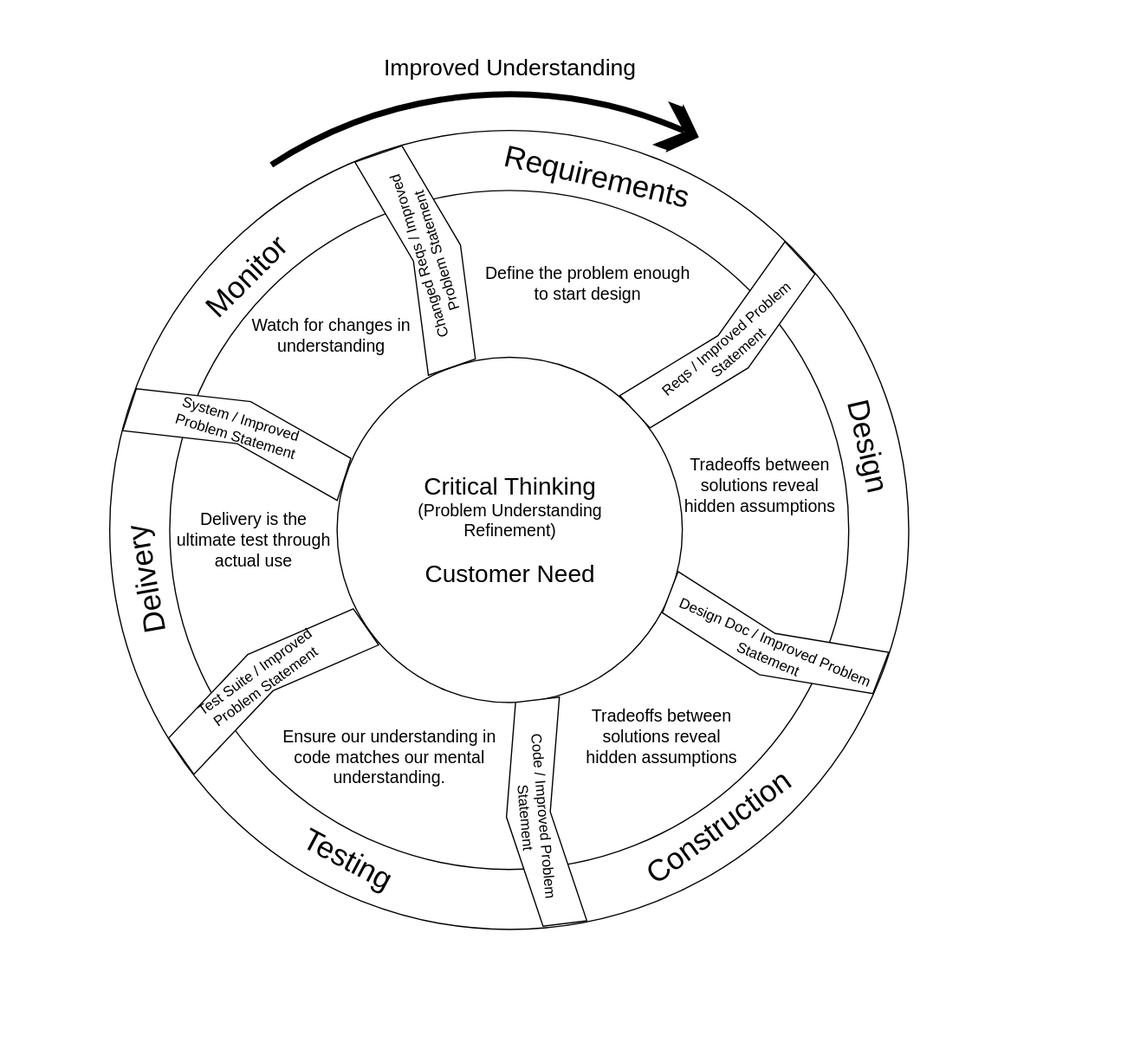
The draw.io diagram post-media/SWEBOK/problem-refinement-cycle.drawio.svg in farlee2121/DevEssentialsBlog, before a commit. Source tidied: cells renumbered, new cells last; positions are measured from the earlier drawing's top-left corner, leaving out a move shared by most shapes.
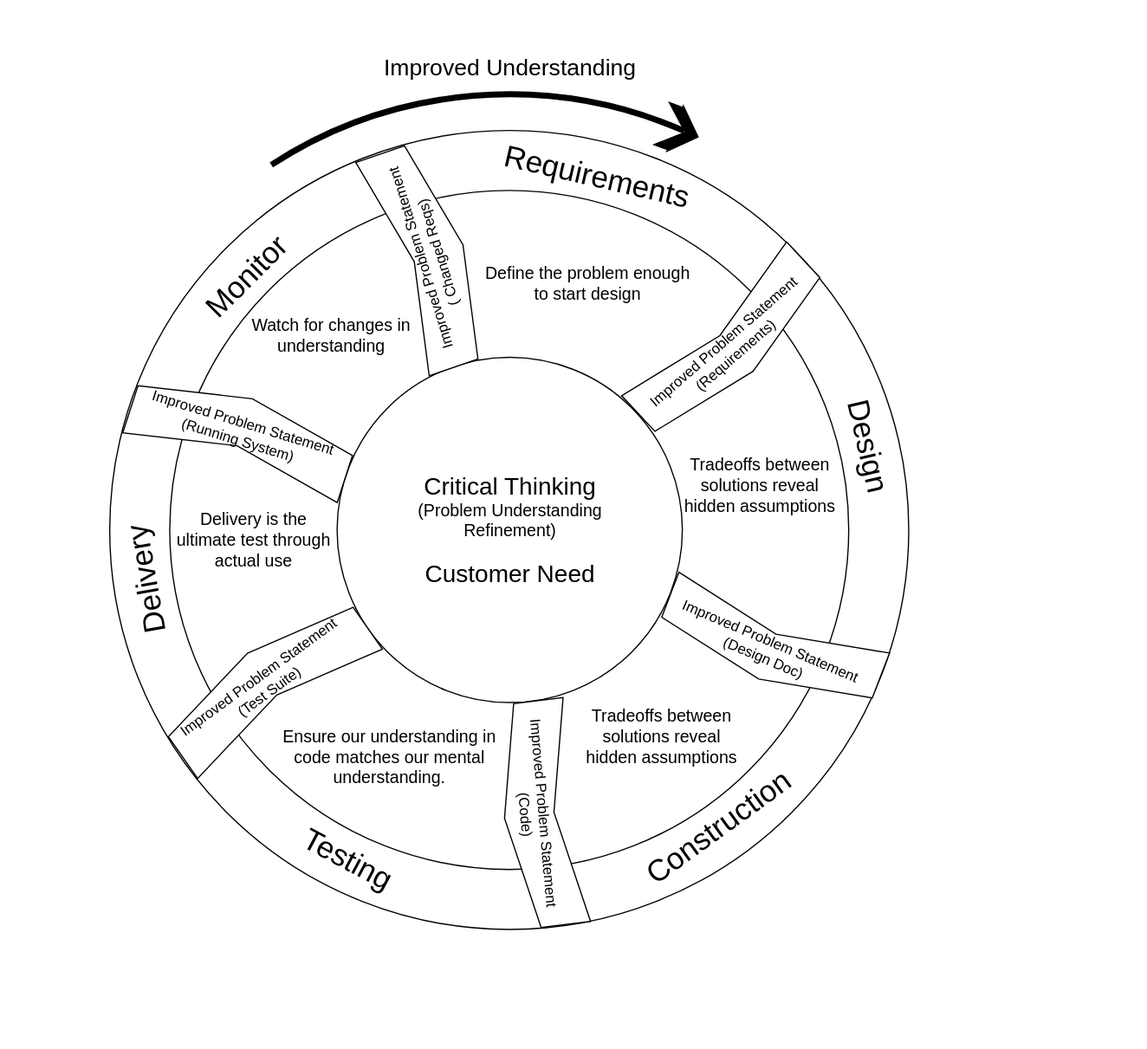
The same diagram one commit later.

Commit message:
paragraph-level refinements and lifecycle diagram refinements

Diff of the diagram source:
```diff
@@ -69,67 +69,67 @@
       <mxGeometry x="135" y="207" width="156" height="70" as="geometry" />
     </mxCell>
     <mxCell id="24" style="group;fontColor=#FFFFFF;rotation=4;" parent="1" vertex="1">
-      <mxGeometry x="484" y="120.5" width="205" height="250" as="geometry" />
+      <mxGeometry x="483" y="122" width="219" height="250" as="geometry" />
     </mxCell>
     <mxCell id="25" style="group;rotation=4;" parent="24" vertex="1">
-      <mxGeometry x="-29" y="29" width="234" height="183.4" as="geometry" />
+      <mxGeometry x="-31" y="29" width="250" height="183.4" as="geometry" />
     </mxCell>
     <mxCell id="26" style="html=1;shadow=0;dashed=0;align=center;verticalAlign=middle;shape=mxgraph.arrows2.arrow;dy=0;dx=19;notch=19;fontSize=10;rotation=47;strokeColor=#000000;fillColor=#FFFFFF;fontColor=#000000;" parent="25" vertex="1">
-      <mxGeometry x="56" y="-6" width="55.4" height="186" as="geometry" />
+      <mxGeometry x="59.8" y="-6" width="59.2" height="186" as="geometry" />
     </mxCell>
-    <mxCell id="27" value="&lt;font style=&quot;font-size: 12px&quot;&gt;Reqs / Improved Problem&lt;br&gt;&amp;nbsp;Statement&lt;/font&gt;" style="text;html=1;align=center;verticalAlign=middle;strokeColor=none;fontSize=10;rotation=-41;fontColor=#000000;" parent="25" vertex="1">
-      <mxGeometry x="14" y="74" width="150" height="30" as="geometry" />
+    <mxCell id="27" value="&lt;font style=&quot;font-size: 12px&quot;&gt;Improved Problem Statement&lt;br&gt;&amp;nbsp;(Requirements)&lt;/font&gt;" style="text;html=1;align=center;verticalAlign=middle;strokeColor=none;fontSize=10;rotation=-41;fontColor=#000000;" parent="25" vertex="1">
+      <mxGeometry x="5.3" y="75" width="170" height="30" as="geometry" />
     </mxCell>
     <mxCell id="28" style="group;fontColor=#FFFFFF;rotation=-62;" parent="1" vertex="1">
-      <mxGeometry x="232.9" y="23.2" width="165" height="250" as="geometry" />
+      <mxGeometry x="231.8" y="21.4" width="170.1" height="250" as="geometry" />
     </mxCell>
     <mxCell id="29" style="group;rotation=-62;" parent="28" vertex="1">
-      <mxGeometry x="-21" y="48" width="186" height="187.3" as="geometry" />
+      <mxGeometry x="-20.5" y="50" width="191.6" height="187.3" as="geometry" />
     </mxCell>
     <mxCell id="30" style="html=1;shadow=0;dashed=0;align=center;verticalAlign=middle;shape=mxgraph.arrows2.arrow;dy=0;dx=19;notch=19;fontSize=10;rotation=-19;strokeColor=#000000;fillColor=#FFFFFF;fontColor=#000000;" parent="29" vertex="1">
-      <mxGeometry x="50" y="1" width="60" height="186" as="geometry" />
+      <mxGeometry x="51.2" y="1" width="61.5" height="186" as="geometry" />
     </mxCell>
-    <mxCell id="31" value="&lt;font style=&quot;font-size: 12px&quot;&gt;Changed Reqs / Improved&lt;br&gt;&amp;nbsp;Problem&amp;nbsp;Statement&lt;/font&gt;" style="text;html=1;align=center;verticalAlign=middle;strokeColor=none;fontSize=10;rotation=-107;fontColor=#000000;flipH=0;flipV=1;" parent="29" vertex="1">
-      <mxGeometry x="2" y="77" width="160" height="30" as="geometry" />
+    <mxCell id="31" value="&lt;font style=&quot;font-size: 12px&quot;&gt;Improved&amp;nbsp;Problem&amp;nbsp;Statement&lt;br&gt;&amp;nbsp;(&lt;/font&gt;&lt;span style=&quot;font-size: 12px&quot;&gt;Changed Reqs)&lt;/span&gt;" style="text;html=1;align=center;verticalAlign=middle;strokeColor=none;fontSize=10;rotation=-107;fontColor=#000000;flipH=0;flipV=1;" parent="29" vertex="1">
+      <mxGeometry x="-1.1" y="78" width="170" height="30" as="geometry" />
     </mxCell>
     <mxCell id="32" style="group;rotation=68;" parent="1" vertex="1">
-      <mxGeometry x="486" y="399" width="186" height="183.4" as="geometry" />
+      <mxGeometry x="477.5" y="406.1" width="197" height="183.4" as="geometry" />
     </mxCell>
     <mxCell id="33" style="html=1;shadow=0;dashed=0;align=center;verticalAlign=middle;shape=mxgraph.arrows2.arrow;dy=0;dx=19;notch=19;fontSize=10;rotation=111;strokeColor=#000000;fillColor=#FFFFFF;fontColor=#000000;" parent="32" vertex="1">
-      <mxGeometry x="63" y="-8" width="55.4" height="186" as="geometry" />
+      <mxGeometry x="69.9" y="-13" width="58.7" height="186" as="geometry" />
     </mxCell>
-    <mxCell id="34" value="&lt;font style=&quot;font-size: 12px&quot;&gt;Design Doc / Improved Problem&lt;br&gt;&amp;nbsp;Statement&lt;/font&gt;" style="text;html=1;align=center;verticalAlign=middle;strokeColor=none;fontSize=10;rotation=23;fontColor=#000000;" parent="32" vertex="1">
-      <mxGeometry x="-4" y="76" width="190" height="30" as="geometry" />
+    <mxCell id="34" value="&lt;font style=&quot;font-size: 12px&quot;&gt;Improved Problem Statement&lt;br&gt;(Design Doc)&lt;br&gt;&lt;/font&gt;" style="text;html=1;align=center;verticalAlign=middle;strokeColor=none;fontSize=10;rotation=23;fontColor=#000000;" parent="32" vertex="1">
+      <mxGeometry x="10.5" y="68" width="170" height="30" as="geometry" />
     </mxCell>
     <mxCell id="35" style="group;rotation=130;" parent="1" vertex="1">
-      <mxGeometry x="291" y="533" width="177.1" height="183.4" as="geometry" />
+      <mxGeometry x="270.7" y="539.7" width="192" height="183.4" as="geometry" />
     </mxCell>
     <mxCell id="36" style="html=1;shadow=0;dashed=0;align=center;verticalAlign=middle;shape=mxgraph.arrows2.arrow;dy=0;dx=19;notch=19;fontSize=10;rotation=173;strokeColor=#000000;fillColor=#FFFFFF;fontColor=#000000;" parent="35" vertex="1">
-      <mxGeometry x="67" y="-2" width="55.4" height="186" as="geometry" />
+      <mxGeometry x="85.7" y="-8" width="60.1" height="186" as="geometry" />
     </mxCell>
-    <mxCell id="37" value="&lt;font style=&quot;font-size: 12px&quot;&gt;Code / Improved Problem&lt;br&gt;&amp;nbsp;Statement&lt;/font&gt;" style="text;html=1;align=center;verticalAlign=middle;strokeColor=none;fontSize=10;rotation=85;fontColor=#000000;" parent="35" vertex="1">
-      <mxGeometry x="16" y="79" width="150" height="30" as="geometry" />
+    <mxCell id="37" value="&lt;font style=&quot;font-size: 12px&quot;&gt;Improved Problem Statement&lt;br&gt;(Code)&amp;nbsp;&lt;br&gt;&lt;/font&gt;" style="text;html=1;align=center;verticalAlign=middle;strokeColor=none;fontSize=10;rotation=85;fontColor=#000000;" parent="35" vertex="1">
+      <mxGeometry x="26.5" y="70" width="170" height="30" as="geometry" />
     </mxCell>
     <mxCell id="38" value="&lt;span style=&quot;font-size: 14px&quot;&gt;Tradeoffs between&lt;br&gt;&amp;nbsp;solutions reveal&lt;br&gt;&amp;nbsp;hidden assumptions&lt;/span&gt;" style="text;html=1;align=center;verticalAlign=middle;strokeColor=none;" parent="1" vertex="1">
       <mxGeometry x="416" y="536" width="140" height="50" as="geometry" />
     </mxCell>
     <mxCell id="39" style="group;rotation=-168;" parent="1" vertex="1">
-      <mxGeometry x="68" y="419" width="177.1" height="183.4" as="geometry" />
+      <mxGeometry x="40.2" y="418.1" width="195" height="183.4" as="geometry" />
     </mxCell>
     <mxCell id="40" style="html=1;shadow=0;dashed=0;align=center;verticalAlign=middle;shape=mxgraph.arrows2.arrow;dy=0;dx=19;notch=19;fontSize=10;rotation=-125;strokeColor=#000000;fillColor=#FFFFFF;fontColor=#000000;" parent="39" vertex="1">
-      <mxGeometry x="65" y="4" width="55.4" height="186" as="geometry" />
+      <mxGeometry x="91.4" y="6" width="61" height="186" as="geometry" />
     </mxCell>
-    <mxCell id="41" value="&lt;font style=&quot;font-size: 12px&quot;&gt;Test Suite / Improved&lt;br&gt;&amp;nbsp;Problem Statement&lt;/font&gt;" style="text;html=1;align=center;verticalAlign=middle;strokeColor=none;fontSize=10;rotation=-36;fontColor=#000000;" parent="39" vertex="1">
-      <mxGeometry x="22" y="80" width="130" height="30" as="geometry" />
+    <mxCell id="41" value="&lt;font style=&quot;font-size: 12px&quot;&gt;Improved&amp;nbsp;Problem Statement&lt;br&gt;(Test Suite)&lt;br&gt;&lt;/font&gt;" style="text;html=1;align=center;verticalAlign=middle;strokeColor=none;fontSize=10;rotation=-36;fontColor=#000000;" parent="39" vertex="1">
+      <mxGeometry x="33" y="85" width="170" height="30" as="geometry" />
     </mxCell>
     <mxCell id="42" style="group;rotation=-115;" parent="1" vertex="1">
-      <mxGeometry x="52" y="213" width="177.1" height="183.4" as="geometry" />
+      <mxGeometry x="35.1" y="206.7" width="191" height="183.4" as="geometry" />
     </mxCell>
     <mxCell id="43" style="html=1;shadow=0;dashed=0;align=center;verticalAlign=middle;shape=mxgraph.arrows2.arrow;dy=0;dx=19;notch=19;fontSize=10;rotation=-72;strokeColor=#000000;fillColor=#FFFFFF;fontColor=#000000;" parent="42" vertex="1">
-      <mxGeometry x="59" y="5" width="55.4" height="186" as="geometry" />
+      <mxGeometry x="74.4" y="11" width="59.8" height="186" as="geometry" />
     </mxCell>
-    <mxCell id="44" value="&lt;font style=&quot;font-size: 12px&quot;&gt;System / Improved &lt;br&gt;Problem&amp;nbsp;Statement&lt;/font&gt;" style="text;html=1;align=center;verticalAlign=middle;strokeColor=none;fontSize=10;rotation=17;fontColor=#000000;" parent="42" vertex="1">
-      <mxGeometry x="25" y="78" width="120" height="30" as="geometry" />
+    <mxCell id="44" value="&lt;font style=&quot;font-size: 12px&quot;&gt;Improved Problem&amp;nbsp;Statement&lt;br&gt;(Running System)&amp;nbsp;&lt;br&gt;&lt;/font&gt;" style="text;html=1;align=center;verticalAlign=middle;strokeColor=none;fontSize=10;rotation=17;fontColor=#000000;" parent="42" vertex="1">
+      <mxGeometry x="18.8" y="87" width="170" height="30" as="geometry" />
     </mxCell>
   </root>
 </mxGraphModel>
```
